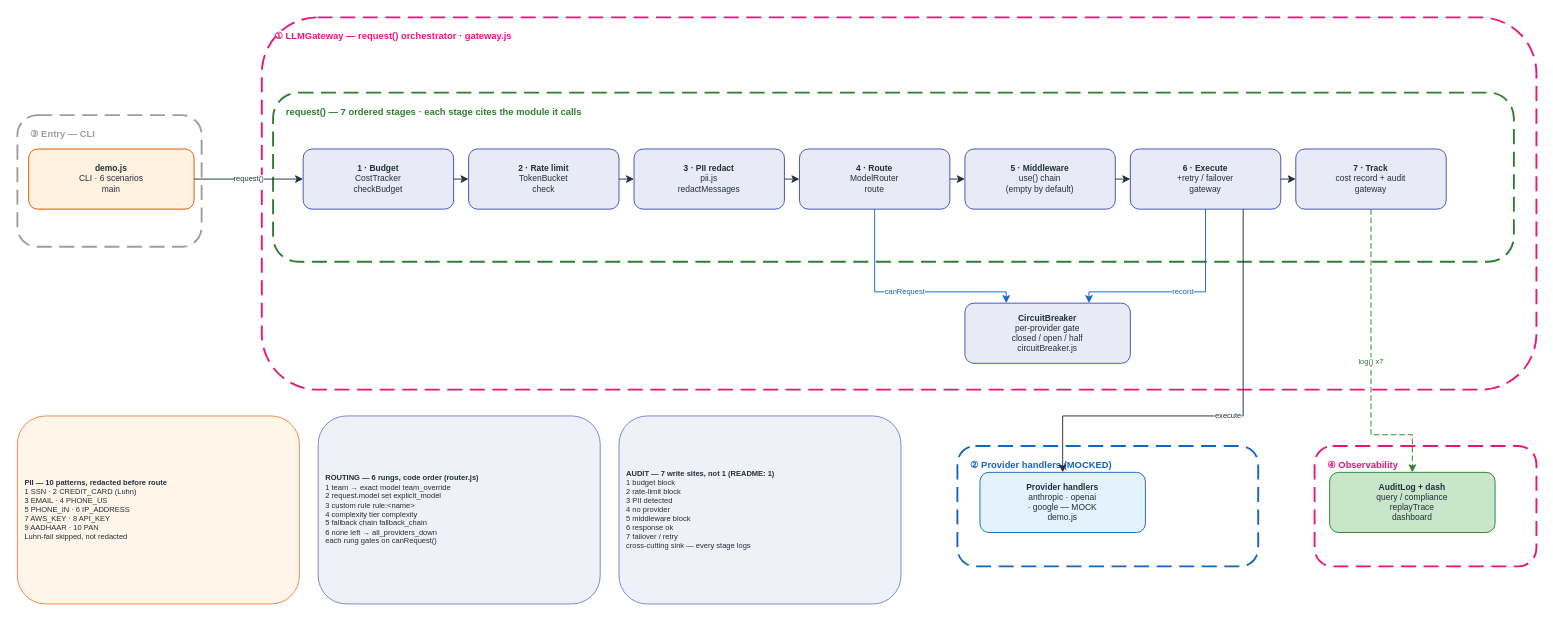
This is docs/diagrams/llm_gateway_v1/HOA_LlmGateway_v1.drawio from gmaheshraju/Hands-on-AgenticAI, a draw.io file, before an edit. Source tidied: cells renumbered, new cells numbered last; positions are measured from the earlier drawing's top-left corner, leaving out a move shared by most shapes. Both pictures are drawn from the tidied source at 94%, with x=0, y=0 at pixel (17, 17).
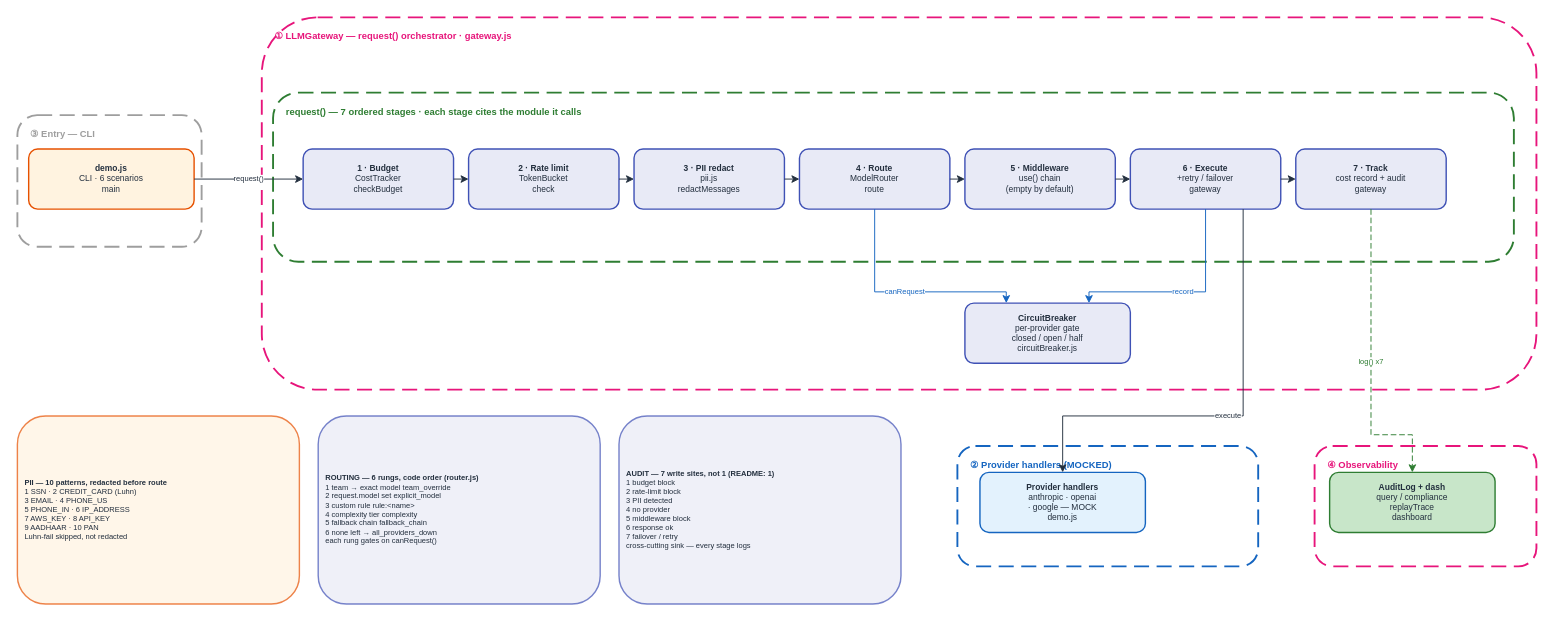
The same page after the edit.

Change to the diagram source:
```diff
@@
-    <mxCell id="12" value="&lt;b&gt;demo.js&lt;/b&gt;&lt;br&gt;CLI · 6 scenarios&lt;br&gt;main" style="rounded=1;fillColor=#FFF3E0;strokeColor=#E65100;fontSize=9;fontColor=#232F3E;html=1;whiteSpace=wrap;align=center;" parent="1" vertex="1">
+    <mxCell id="12" value="&lt;b&gt;demo.js&lt;/b&gt;&lt;br&gt;CLI · 6 scenarios&lt;br&gt;main" style="rounded=1;fillColor=#FFF3E0;strokeColor=#E65100;strokeWidth=1.5;fontSize=9;fontColor=#232F3E;html=1;whiteSpace=wrap;align=center;" parent="1" vertex="1">
       <mxGeometry x="12" y="140" width="176" height="64" as="geometry" />
     </mxCell>
-    <mxCell id="13" value="&lt;b&gt;1 · Budget&lt;/b&gt;&lt;br&gt;CostTracker&lt;br&gt;checkBudget" style="rounded=1;fillColor=#E8EAF6;strokeColor=#3F51B5;fontSize=9;fontColor=#232F3E;html=1;whiteSpace=wrap;align=center;" parent="1" vertex="1">
+    <mxCell id="13" value="&lt;b&gt;1 · Budget&lt;/b&gt;&lt;br&gt;CostTracker&lt;br&gt;checkBudget" style="rounded=1;fillColor=#E8EAF6;strokeColor=#3F51B5;strokeWidth=1.5;fontSize=9;fontColor=#232F3E;html=1;whiteSpace=wrap;align=center;" parent="1" vertex="1">
       <mxGeometry x="304" y="140" width="160" height="64" as="geometry" />
     </mxCell>
-    <mxCell id="14" value="&lt;b&gt;2 · Rate limit&lt;/b&gt;&lt;br&gt;TokenBucket&lt;br&gt;check" style="rounded=1;fillColor=#E8EAF6;strokeColor=#3F51B5;fontSize=9;fontColor=#232F3E;html=1;whiteSpace=wrap;align=center;" parent="1" vertex="1">
+    <mxCell id="14" value="&lt;b&gt;2 · Rate limit&lt;/b&gt;&lt;br&gt;TokenBucket&lt;br&gt;check" style="rounded=1;fillColor=#E8EAF6;strokeColor=#3F51B5;strokeWidth=1.5;fontSize=9;fontColor=#232F3E;html=1;whiteSpace=wrap;align=center;" parent="1" vertex="1">
       <mxGeometry x="480" y="140" width="160" height="64" as="geometry" />
     </mxCell>
-    <mxCell id="15" value="&lt;b&gt;3 · PII redact&lt;/b&gt;&lt;br&gt;pii.js&lt;br&gt;redactMessages" style="rounded=1;fillColor=#E8EAF6;strokeColor=#3F51B5;fontSize=9;fontColor=#232F3E;html=1;whiteSpace=wrap;align=center;" parent="1" vertex="1">
+    <mxCell id="15" value="&lt;b&gt;3 · PII redact&lt;/b&gt;&lt;br&gt;pii.js&lt;br&gt;redactMessages" style="rounded=1;fillColor=#E8EAF6;strokeColor=#3F51B5;strokeWidth=1.5;fontSize=9;fontColor=#232F3E;html=1;whiteSpace=wrap;align=center;" parent="1" vertex="1">
       <mxGeometry x="656" y="140" width="160" height="64" as="geometry" />
     </mxCell>
-    <mxCell id="16" value="&lt;b&gt;4 · Route&lt;/b&gt;&lt;br&gt;ModelRouter&lt;br&gt;route" style="rounded=1;fillColor=#E8EAF6;strokeColor=#3F51B5;fontSize=9;fontColor=#232F3E;html=1;whiteSpace=wrap;align=center;" parent="1" vertex="1">
+    <mxCell id="16" value="&lt;b&gt;4 · Route&lt;/b&gt;&lt;br&gt;ModelRouter&lt;br&gt;route" style="rounded=1;fillColor=#E8EAF6;strokeColor=#3F51B5;strokeWidth=1.5;fontSize=9;fontColor=#232F3E;html=1;whiteSpace=wrap;align=center;" parent="1" vertex="1">
       <mxGeometry x="832" y="140" width="160" height="64" as="geometry" />
     </mxCell>
-    <mxCell id="17" value="&lt;b&gt;5 · Middleware&lt;/b&gt;&lt;br&gt;use() chain&lt;br&gt;(empty by default)" style="rounded=1;fillColor=#E8EAF6;strokeColor=#3F51B5;fontSize=9;fontColor=#232F3E;html=1;whiteSpace=wrap;align=center;" parent="1" vertex="1">
+    <mxCell id="17" value="&lt;b&gt;5 · Middleware&lt;/b&gt;&lt;br&gt;use() chain&lt;br&gt;(empty by default)" style="rounded=1;fillColor=#E8EAF6;strokeColor=#3F51B5;strokeWidth=1.5;fontSize=9;fontColor=#232F3E;html=1;whiteSpace=wrap;align=center;" parent="1" vertex="1">
       <mxGeometry x="1008" y="140" width="160" height="64" as="geometry" />
     </mxCell>
-    <mxCell id="18" value="&lt;b&gt;6 · Execute&lt;/b&gt;&lt;br&gt;+retry / failover&lt;br&gt;gateway" style="rounded=1;fillColor=#E8EAF6;strokeColor=#3F51B5;fontSize=9;fontColor=#232F3E;html=1;whiteSpace=wrap;align=center;" parent="1" vertex="1">
+    <mxCell id="18" value="&lt;b&gt;6 · Execute&lt;/b&gt;&lt;br&gt;+retry / failover&lt;br&gt;gateway" style="rounded=1;fillColor=#E8EAF6;strokeColor=#3F51B5;strokeWidth=1.5;fontSize=9;fontColor=#232F3E;html=1;whiteSpace=wrap;align=center;" parent="1" vertex="1">
       <mxGeometry x="1184" y="140" width="160" height="64" as="geometry" />
     </mxCell>
-    <mxCell id="19" value="&lt;b&gt;7 · Track&lt;/b&gt;&lt;br&gt;cost record + audit&lt;br&gt;gateway" style="rounded=1;fillColor=#E8EAF6;strokeColor=#3F51B5;fontSize=9;fontColor=#232F3E;html=1;whiteSpace=wrap;align=center;" parent="1" vertex="1">
+    <mxCell id="19" value="&lt;b&gt;7 · Track&lt;/b&gt;&lt;br&gt;cost record + audit&lt;br&gt;gateway" style="rounded=1;fillColor=#E8EAF6;strokeColor=#3F51B5;strokeWidth=1.5;fontSize=9;fontColor=#232F3E;html=1;whiteSpace=wrap;align=center;" parent="1" vertex="1">
       <mxGeometry x="1360" y="140" width="160" height="64" as="geometry" />
     </mxCell>
-    <mxCell id="20" value="&lt;b&gt;CircuitBreaker&lt;/b&gt;&lt;br&gt;per-provider gate&lt;br&gt;closed / open / half&lt;br&gt;circuitBreaker.js" style="rounded=1;fillColor=#E8EAF6;strokeColor=#3F51B5;fontSize=9;fontColor=#232F3E;html=1;whiteSpace=wrap;align=center;" parent="1" vertex="1">
+    <mxCell id="20" value="&lt;b&gt;CircuitBreaker&lt;/b&gt;&lt;br&gt;per-provider gate&lt;br&gt;closed / open / half&lt;br&gt;circuitBreaker.js" style="rounded=1;fillColor=#E8EAF6;strokeColor=#3F51B5;strokeWidth=1.5;fontSize=9;fontColor=#232F3E;html=1;whiteSpace=wrap;align=center;" parent="1" vertex="1">
       <mxGeometry x="1008" y="304" width="176" height="64" as="geometry" />
     </mxCell>
-    <mxCell id="21" value="&lt;b&gt;Provider handlers&lt;/b&gt;&lt;br&gt;anthropic · openai&lt;br&gt;· google — MOCK&lt;br&gt;demo.js" style="rounded=1;fillColor=#E3F2FD;strokeColor=#1565C0;fontSize=9;fontColor=#232F3E;html=1;whiteSpace=wrap;align=center;" parent="1" vertex="1">
+    <mxCell id="21" value="&lt;b&gt;Provider handlers&lt;/b&gt;&lt;br&gt;anthropic · openai&lt;br&gt;· google — MOCK&lt;br&gt;demo.js" style="rounded=1;fillColor=#E3F2FD;strokeColor=#1565C0;strokeWidth=1.5;fontSize=9;fontColor=#232F3E;html=1;whiteSpace=wrap;align=center;" parent="1" vertex="1">
       <mxGeometry x="1024" y="484" width="176" height="64" as="geometry" />
     </mxCell>
-    <mxCell id="22" value="&lt;b&gt;AuditLog + dash&lt;/b&gt;&lt;br&gt;query / compliance&lt;br&gt;replayTrace&lt;br&gt;dashboard" style="rounded=1;fillColor=#C8E6C9;strokeColor=#2E7D32;fontSize=9;fontColor=#232F3E;html=1;whiteSpace=wrap;align=center;" parent="1" vertex="1">
+    <mxCell id="22" value="&lt;b&gt;AuditLog + dash&lt;/b&gt;&lt;br&gt;query / compliance&lt;br&gt;replayTrace&lt;br&gt;dashboard" style="rounded=1;fillColor=#C8E6C9;strokeColor=#2E7D32;strokeWidth=1.5;fontSize=9;fontColor=#232F3E;html=1;whiteSpace=wrap;align=center;" parent="1" vertex="1">
       <mxGeometry x="1396" y="484" width="176" height="64" as="geometry" />
     </mxCell>
-    <mxCell id="23" value="&lt;b&gt;PII — 10 patterns, redacted before route&lt;/b&gt;&lt;br&gt;1 SSN · 2 CREDIT_CARD (Luhn)&lt;br&gt;3 EMAIL · 4 PHONE_US&lt;br&gt;5 PHONE_IN · 6 IP_ADDRESS&lt;br&gt;7 AWS_KEY · 8 API_KEY&lt;br&gt;9 AADHAAR · 10 PAN&lt;br&gt;Luhn-fail skipped, not redacted" style="rounded=1;fillColor=#FFF3E0;strokeColor=#E65100;fontSize=8;fontColor=#232F3E;html=1;whiteSpace=wrap;align=left;spacingLeft=6;opacity=70;" parent="1" vertex="1">
+    <mxCell id="23" value="&lt;b&gt;PII — 10 patterns, redacted before route&lt;/b&gt;&lt;br&gt;1 SSN · 2 CREDIT_CARD (Luhn)&lt;br&gt;3 EMAIL · 4 PHONE_US&lt;br&gt;5 PHONE_IN · 6 IP_ADDRESS&lt;br&gt;7 AWS_KEY · 8 API_KEY&lt;br&gt;9 AADHAAR · 10 PAN&lt;br&gt;Luhn-fail skipped, not redacted" style="rounded=1;fillColor=#FFF3E0;strokeColor=#E65100;strokeWidth=1.5;fontSize=8;fontColor=#232F3E;html=1;whiteSpace=wrap;align=left;spacingLeft=6;opacity=70;" parent="1" vertex="1">
       <mxGeometry y="424" width="300" height="200" as="geometry" />
     </mxCell>
-    <mxCell id="24" value="&lt;b&gt;ROUTING — 6 rungs, code order (router.js)&lt;/b&gt;&lt;br&gt;1 team → exact model team_override&lt;br&gt;2 request.model set explicit_model&lt;br&gt;3 custom rule rule:&amp;lt;name&amp;gt;&lt;br&gt;4 complexity tier complexity&lt;br&gt;5 fallback chain fallback_chain&lt;br&gt;6 none left → all_providers_down&lt;br&gt;each rung gates on canRequest()" style="rounded=1;fillColor=#E8EAF6;strokeColor=#3F51B5;fontSize=8;fontColor=#232F3E;html=1;whiteSpace=wrap;align=left;spacingLeft=6;opacity=70;" parent="1" vertex="1">
+    <mxCell id="24" value="&lt;b&gt;ROUTING — 6 rungs, code order (router.js)&lt;/b&gt;&lt;br&gt;1 team → exact model team_override&lt;br&gt;2 request.model set explicit_model&lt;br&gt;3 custom rule rule:&amp;lt;name&amp;gt;&lt;br&gt;4 complexity tier complexity&lt;br&gt;5 fallback chain fallback_chain&lt;br&gt;6 none left → all_providers_down&lt;br&gt;each rung gates on canRequest()" style="rounded=1;fillColor=#E8EAF6;strokeColor=#3F51B5;strokeWidth=1.5;fontSize=8;fontColor=#232F3E;html=1;whiteSpace=wrap;align=left;spacingLeft=6;opacity=70;" parent="1" vertex="1">
       <mxGeometry x="320" y="424" width="300" height="200" as="geometry" />
     </mxCell>
-    <mxCell id="25" value="&lt;b&gt;AUDIT — 7 write sites, not 1 (README: 1)&lt;/b&gt;&lt;br&gt;1 budget block&lt;br&gt;2 rate-limit block&lt;br&gt;3 PII detected&lt;br&gt;4 no provider&lt;br&gt;5 middleware block&lt;br&gt;6 response ok&lt;br&gt;7 failover / retry&lt;br&gt;cross-cutting sink — every stage logs" style="rounded=1;fillColor=#E8EAF6;strokeColor=#3F51B5;fontSize=8;fontColor=#232F3E;html=1;whiteSpace=wrap;align=left;spacingLeft=6;opacity=70;" parent="1" vertex="1">
+    <mxCell id="25" value="&lt;b&gt;AUDIT — 7 write sites, not 1 (README: 1)&lt;/b&gt;&lt;br&gt;1 budget block&lt;br&gt;2 rate-limit block&lt;br&gt;3 PII detected&lt;br&gt;4 no provider&lt;br&gt;5 middleware block&lt;br&gt;6 response ok&lt;br&gt;7 failover / retry&lt;br&gt;cross-cutting sink — every stage logs" style="rounded=1;fillColor=#E8EAF6;strokeColor=#3F51B5;strokeWidth=1.5;fontSize=8;fontColor=#232F3E;html=1;whiteSpace=wrap;align=left;spacingLeft=6;opacity=70;" parent="1" vertex="1">
       <mxGeometry x="640" y="424" width="300" height="200" as="geometry" />
     </mxCell>
```
